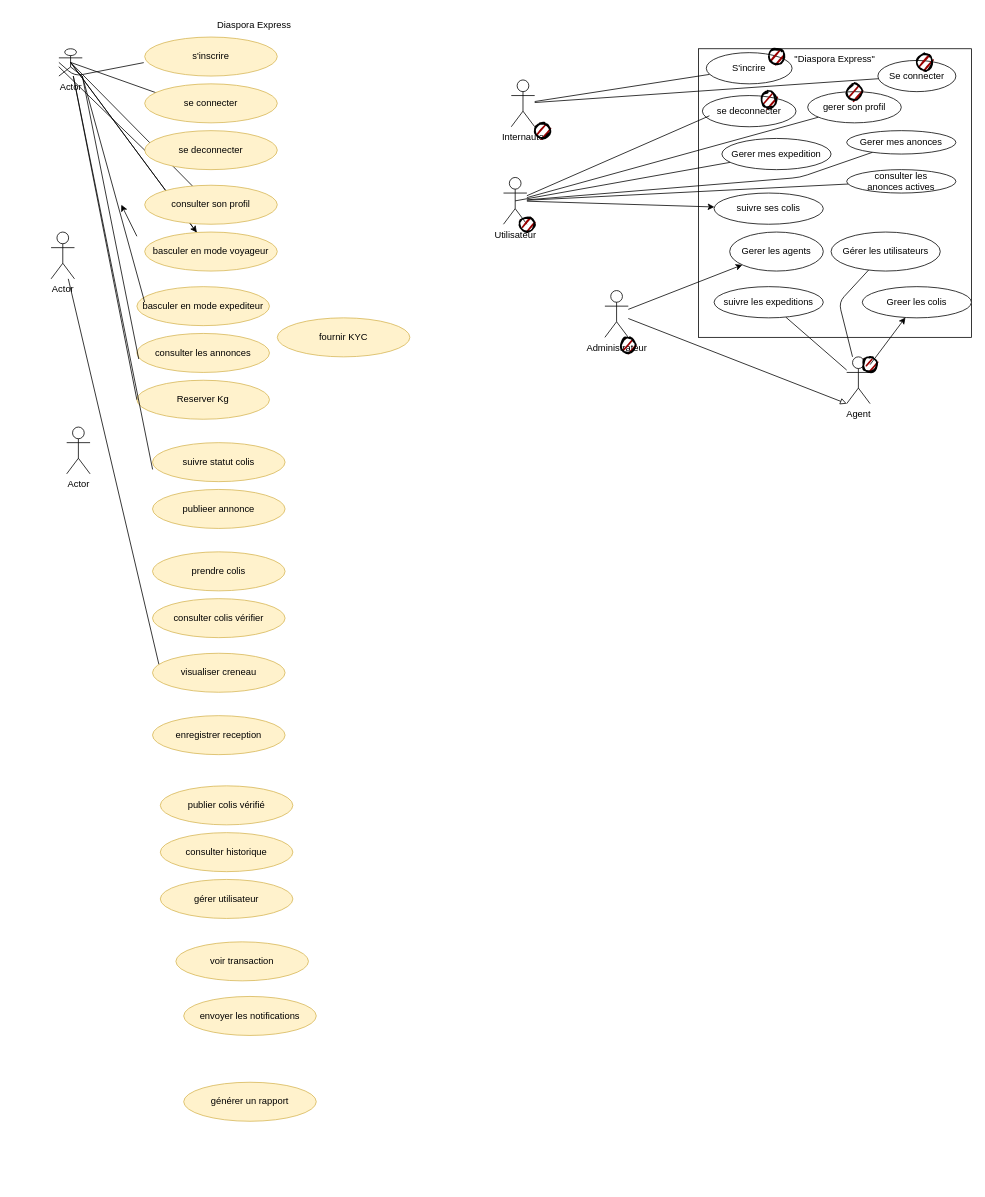
Above: docs/Diagramme de cas utilisation.drawio in McChanel/Diaspora-Express (draw.io), before the change. Source tidied: cells renumbered, new cells numbered last; positions are measured from the earlier drawing's top-left corner, leaving out a move shared by most shapes. Both pictures are drawn from the tidied source at 78%, with x=0, y=0 at pixel (51, 13).
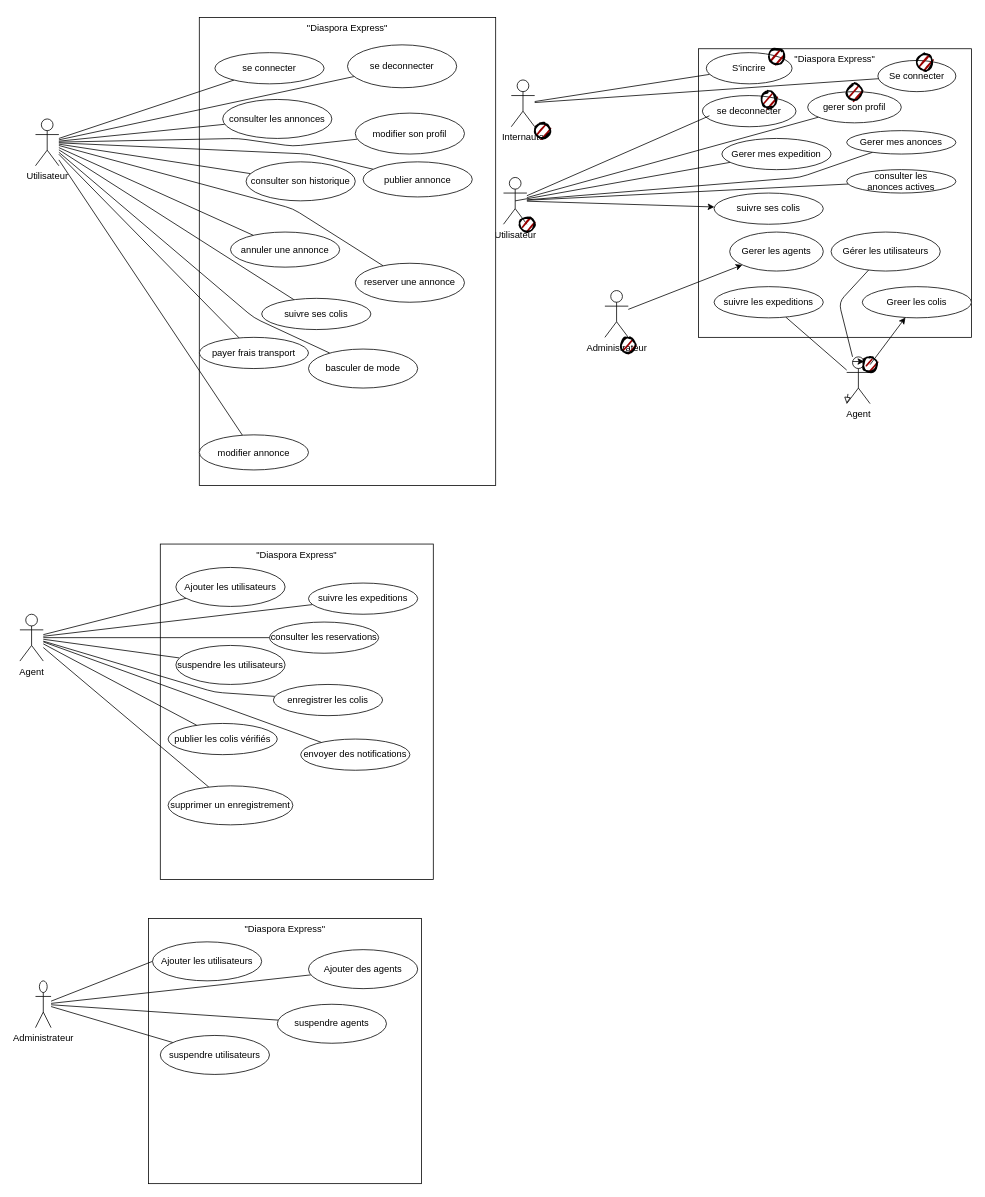
Above is the later version.

Commit message:
ajout des cas utilisation de chaque acteur

The change refers to these unchanged cells:
```xml
<mxCell id="48" value="Agent" style="shape=umlActor;verticalLabelPosition=bottom;verticalAlign=top;html=1;" parent="1" vertex="1">
  <mxGeometry x="1020" y="440" width="30" height="60" as="geometry" />
</mxCell>
<mxCell id="49" value="Administrateur" style="shape=umlActor;verticalLabelPosition=bottom;verticalAlign=top;html=1;" parent="1" vertex="1">
  <mxGeometry x="710" y="355" width="30" height="60" as="geometry" />
</mxCell>
```

The edit, as a diff of the source:
```diff
@@
-    <mxCell id="2" style="edgeStyle=none;html=1;exitX=0.5;exitY=0.5;exitDx=0;exitDy=0;exitPerimeter=0;endArrow=none;endFill=0;entryX=0.096;entryY=0.24;entryDx=0;entryDy=0;entryPerimeter=0;" parent="1" edge="1" source="36" target="9">
-      <mxGeometry relative="1" as="geometry" />
-    </mxCell>
-    <mxCell id="3" style="edgeStyle=none;html=1;exitX=0.5;exitY=0.5;exitDx=0;exitDy=0;exitPerimeter=0;endArrow=none;endFill=0;" parent="1" edge="1" source="36" target="11">
-      <mxGeometry relative="1" as="geometry" />
-    </mxCell>
-    <mxCell id="4" style="edgeStyle=none;html=1;exitX=0.5;exitY=0.5;exitDx=0;exitDy=0;exitPerimeter=0;" parent="1" edge="1" source="36" target="13">
-      <mxGeometry relative="1" as="geometry" />
-    </mxCell>
-    <mxCell id="5" style="edgeStyle=none;html=1;exitX=0.5;exitY=0.5;exitDx=0;exitDy=0;exitPerimeter=0;endArrow=none;endFill=0;" parent="1" edge="1" source="36" target="13">
-      <mxGeometry relative="1" as="geometry" />
-    </mxCell>
-    <mxCell id="6" style="edgeStyle=none;html=1;" parent="1" edge="1">
-      <mxGeometry relative="1" as="geometry">
-        <mxPoint x="110" y="285.4" as="sourcePoint" />
-        <mxPoint x="90" y="245" as="targetPoint" />
-      </mxGeometry>
-    </mxCell>
-    <mxCell id="7" value="Diaspora Express" style="text;html=1;align=center;verticalAlign=middle;strokeColor=none;fillColor=none;" parent="1" vertex="1">
-      <mxGeometry x="200" width="120" height="30" as="geometry" />
-    </mxCell>
-    <mxCell id="8" value="s'inscrire" style="ellipse;whiteSpace=wrap;html=1;fillColor=#fff2cc;strokeColor=#d6b656;" parent="1" vertex="1">
-      <mxGeometry x="120" y="30" width="170" height="50" as="geometry" />
-    </mxCell>
-    <mxCell id="9" value="se connecter" style="ellipse;whiteSpace=wrap;html=1;fillColor=#fff2cc;strokeColor=#d6b656;" parent="1" vertex="1">
-      <mxGeometry x="120" y="90" width="170" height="50" as="geometry" />
-    </mxCell>
-    <mxCell id="10" value="se deconnecter" style="ellipse;whiteSpace=wrap;html=1;fillColor=#fff2cc;strokeColor=#d6b656;" parent="1" vertex="1">
-      <mxGeometry x="120" y="150" width="170" height="50" as="geometry" />
-    </mxCell>
-    <mxCell id="11" value="consulter son profil" style="ellipse;whiteSpace=wrap;html=1;fillColor=#fff2cc;strokeColor=#d6b656;" parent="1" vertex="1">
-      <mxGeometry x="120" y="220" width="170" height="50" as="geometry" />
-    </mxCell>
-    <mxCell id="12" value="basculer en mode expediteur" style="ellipse;whiteSpace=wrap;html=1;fillColor=#fff2cc;strokeColor=#d6b656;" parent="1" vertex="1">
-      <mxGeometry x="110" y="350" width="170" height="50" as="geometry" />
-    </mxCell>
-    <mxCell id="13" value="basculer en mode voyageur" style="ellipse;whiteSpace=wrap;html=1;fillColor=#fff2cc;strokeColor=#d6b656;" parent="1" vertex="1">
-      <mxGeometry x="120" y="280" width="170" height="50" as="geometry" />
-    </mxCell>
-    <mxCell id="14" value="consulter les annonces" style="ellipse;whiteSpace=wrap;html=1;fillColor=#fff2cc;strokeColor=#d6b656;" parent="1" vertex="1">
-      <mxGeometry x="110" y="410" width="170" height="50" as="geometry" />
-    </mxCell>
-    <mxCell id="15" value="Reserver Kg" style="ellipse;whiteSpace=wrap;html=1;fillColor=#fff2cc;strokeColor=#d6b656;" parent="1" vertex="1">
-      <mxGeometry x="110" y="470" width="170" height="50" as="geometry" />
-    </mxCell>
-    <mxCell id="16" value="consulter colis vérifier" style="ellipse;whiteSpace=wrap;html=1;fillColor=#fff2cc;strokeColor=#d6b656;" parent="1" vertex="1">
-      <mxGeometry x="130" y="750" width="170" height="50" as="geometry" />
-    </mxCell>
-    <mxCell id="17" value="prendre colis" style="ellipse;whiteSpace=wrap;html=1;fillColor=#fff2cc;strokeColor=#d6b656;" parent="1" vertex="1">
-      <mxGeometry x="130" y="690" width="170" height="50" as="geometry" />
-    </mxCell>
-    <mxCell id="18" value="publieer annonce" style="ellipse;whiteSpace=wrap;html=1;fillColor=#fff2cc;strokeColor=#d6b656;" parent="1" vertex="1">
-      <mxGeometry x="130" y="610" width="170" height="50" as="geometry" />
-    </mxCell>
-    <mxCell id="19" value="suivre statut colis" style="ellipse;whiteSpace=wrap;html=1;fillColor=#fff2cc;strokeColor=#d6b656;" parent="1" vertex="1">
-      <mxGeometry x="130" y="550" width="170" height="50" as="geometry" />
-    </mxCell>
-    <mxCell id="20" value="enregistrer reception" style="ellipse;whiteSpace=wrap;html=1;fillColor=#fff2cc;strokeColor=#d6b656;" parent="1" vertex="1">
-      <mxGeometry x="130" y="900" width="170" height="50" as="geometry" />
-    </mxCell>
-    <mxCell id="21" value="visualiser creneau" style="ellipse;whiteSpace=wrap;html=1;fillColor=#fff2cc;strokeColor=#d6b656;" parent="1" vertex="1">
-      <mxGeometry x="130" y="820" width="170" height="50" as="geometry" />
-    </mxCell>
-    <mxCell id="22" value="gérer utilisateur" style="ellipse;whiteSpace=wrap;html=1;fillColor=#fff2cc;strokeColor=#d6b656;" parent="1" vertex="1">
-      <mxGeometry x="140" y="1110" width="170" height="50" as="geometry" />
-    </mxCell>
-    <mxCell id="23" value="consulter historique" style="ellipse;whiteSpace=wrap;html=1;fillColor=#fff2cc;strokeColor=#d6b656;" parent="1" vertex="1">
-      <mxGeometry x="140" y="1050" width="170" height="50" as="geometry" />
-    </mxCell>
-    <mxCell id="24" value="publier colis vérifié" style="ellipse;whiteSpace=wrap;html=1;fillColor=#fff2cc;strokeColor=#d6b656;" parent="1" vertex="1">
-      <mxGeometry x="140" y="990" width="170" height="50" as="geometry" />
-    </mxCell>
-    <mxCell id="25" value="générer un rapport" style="ellipse;whiteSpace=wrap;html=1;fillColor=#fff2cc;strokeColor=#d6b656;" parent="1" vertex="1">
-      <mxGeometry x="170" y="1370" width="170" height="50" as="geometry" />
-    </mxCell>
-    <mxCell id="26" value="envoyer les notifications" style="ellipse;whiteSpace=wrap;html=1;fillColor=#fff2cc;strokeColor=#d6b656;" parent="1" vertex="1">
-      <mxGeometry x="170" y="1260" width="170" height="50" as="geometry" />
-    </mxCell>
-    <mxCell id="27" value="voir transaction" style="ellipse;whiteSpace=wrap;html=1;fillColor=#fff2cc;strokeColor=#d6b656;" parent="1" vertex="1">
-      <mxGeometry x="160" y="1190" width="170" height="50" as="geometry" />
-    </mxCell>
-    <mxCell id="28" value="fournir KYC" style="ellipse;whiteSpace=wrap;html=1;fillColor=#fff2cc;strokeColor=#d6b656;" parent="1" vertex="1">
-      <mxGeometry x="290" y="390" width="170" height="50" as="geometry" />
-    </mxCell>
-    <mxCell id="29" value="Actor" style="shape=umlActor;verticalLabelPosition=bottom;verticalAlign=top;html=1;" parent="1" vertex="1">
-      <mxGeometry y="280" width="30" height="60" as="geometry" />
-    </mxCell>
-    <mxCell id="30" value="Actor" style="shape=umlActor;verticalLabelPosition=bottom;verticalAlign=top;html=1;" parent="1" vertex="1">
-      <mxGeometry x="20" y="530" width="30" height="60" as="geometry" />
-    </mxCell>
-    <mxCell id="31" style="edgeStyle=none;html=1;entryX=-0.007;entryY=0.656;entryDx=0;entryDy=0;entryPerimeter=0;exitX=0;exitY=0.5;exitDx=0;exitDy=0;endArrow=none;endFill=0;" parent="1" edge="1" source="36" target="8">
-      <mxGeometry relative="1" as="geometry">
-        <Array as="points">
-          <mxPoint x="30" y="80" />
-        </Array>
-      </mxGeometry>
-    </mxCell>
-    <mxCell id="32" style="edgeStyle=none;html=1;entryX=0.059;entryY=0.4;entryDx=0;entryDy=0;entryPerimeter=0;endArrow=none;endFill=0;" parent="1" edge="1" target="12">
-      <mxGeometry relative="1" as="geometry">
-        <mxPoint x="40" y="80" as="sourcePoint" />
-      </mxGeometry>
-    </mxCell>
-    <mxCell id="33" style="edgeStyle=none;html=1;entryX=0.014;entryY=0.656;entryDx=0;entryDy=0;entryPerimeter=0;endArrow=none;endFill=0;" parent="1" edge="1" target="14">
-      <mxGeometry relative="1" as="geometry">
-        <mxPoint x="40" y="80" as="sourcePoint" />
-      </mxGeometry>
-    </mxCell>
-    <mxCell id="34" style="edgeStyle=none;html=1;entryX=-0.007;entryY=0.656;entryDx=0;entryDy=0;entryPerimeter=0;exitX=0;exitY=0.5;exitDx=0;exitDy=0;endArrow=none;endFill=0;" parent="1" edge="1" source="10" target="36">
-      <mxGeometry relative="1" as="geometry" />
-    </mxCell>
-    <mxCell id="35" style="edgeStyle=none;html=1;entryX=0;entryY=0.5;entryDx=0;entryDy=0;endArrow=none;endFill=0;" parent="1" edge="1" source="36" target="15">
-      <mxGeometry relative="1" as="geometry" />
-    </mxCell>
-    <mxCell id="36" value="Actor" style="shape=umlActor;verticalLabelPosition=bottom;verticalAlign=top;html=1;" parent="1" vertex="1">
-      <mxGeometry x="10" y="45" width="30" height="35" as="geometry" />
-    </mxCell>
-    <mxCell id="37" style="edgeStyle=none;html=1;entryX=0.048;entryY=0.28;entryDx=0;entryDy=0;entryPerimeter=0;endArrow=none;endFill=0;" parent="1" edge="1" source="29" target="21">
-      <mxGeometry relative="1" as="geometry" />
-    </mxCell>
-    <mxCell id="38" style="edgeStyle=none;html=1;entryX=0.001;entryY=0.688;entryDx=0;entryDy=0;entryPerimeter=0;endArrow=none;endFill=0;" parent="1" edge="1" source="36" target="19">
-      <mxGeometry relative="1" as="geometry" />
-    </mxCell>
@@
-    <mxCell id="65" style="edgeStyle=none;html=1;entryX=0;entryY=1;entryDx=0;entryDy=0;entryPerimeter=0;endArrow=block;endFill=0;startArrow=none;startFill=0;" parent="1" edge="1" source="49" target="48">
-      <mxGeometry relative="1" as="geometry" />
+    <mxCell id="65" style="edgeStyle=none;html=1;entryX=0;entryY=1;entryDx=0;entryDy=0;entryPerimeter=0;endArrow=block;endFill=0;startArrow=none;startFill=0;" parent="1" edge="1" target="48">
+      <mxGeometry relative="1" as="geometry">
+        <mxPoint x="1021.6" y="487.5" as="sourcePoint" />
+      </mxGeometry>
     </mxCell>
@@
+    <mxCell id="77" value="&quot;Diaspora Express&quot;" style="html=1;whiteSpace=wrap;verticalAlign=top;" parent="1" vertex="1">
+      <mxGeometry x="190" y="5" width="380" height="600" as="geometry" />
+    </mxCell>
+    <mxCell id="78" style="edgeStyle=none;html=1;endArrow=none;endFill=0;" parent="1" edge="1" source="90" target="9">
+      <mxGeometry relative="1" as="geometry" />
+    </mxCell>
+    <mxCell id="79" style="edgeStyle=none;html=1;endArrow=none;endFill=0;" parent="1" edge="1" source="90" target="14">
+      <mxGeometry relative="1" as="geometry" />
+    </mxCell>
+    <mxCell id="80" style="edgeStyle=none;html=1;endArrow=none;endFill=0;" parent="1" edge="1" source="90" target="10">
+      <mxGeometry relative="1" as="geometry" />
+    </mxCell>
+    <mxCell id="81" style="edgeStyle=none;html=1;endArrow=none;endFill=0;" parent="1" edge="1" source="90" target="91">
+      <mxGeometry relative="1" as="geometry">
+        <Array as="points">
+          <mxPoint x="240" y="160" />
+          <mxPoint x="310" y="170" />
+        </Array>
+      </mxGeometry>
+    </mxCell>
+    <mxCell id="82" style="edgeStyle=none;html=1;endArrow=none;endFill=0;" parent="1" edge="1" source="90" target="92">
+      <mxGeometry relative="1" as="geometry" />
+    </mxCell>
+    <mxCell id="83" style="edgeStyle=none;html=1;endArrow=none;endFill=0;" parent="1" edge="1" source="90" target="94">
+      <mxGeometry relative="1" as="geometry" />
+    </mxCell>
+    <mxCell id="84" style="edgeStyle=none;html=1;endArrow=none;endFill=0;" parent="1" edge="1" source="90" target="96">
+      <mxGeometry relative="1" as="geometry" />
+    </mxCell>
+    <mxCell id="85" style="edgeStyle=none;html=1;endArrow=none;endFill=0;" parent="1" edge="1" source="90" target="95">
+      <mxGeometry relative="1" as="geometry">
+        <Array as="points">
+          <mxPoint x="310" y="250" />
+        </Array>
+      </mxGeometry>
+    </mxCell>
+    <mxCell id="86" style="edgeStyle=none;html=1;endArrow=none;endFill=0;" parent="1" edge="1" source="90" target="93">
+      <mxGeometry relative="1" as="geometry">
+        <Array as="points">
+          <mxPoint x="330" y="180" />
+        </Array>
+      </mxGeometry>
+    </mxCell>
+    <mxCell id="87" style="edgeStyle=none;html=1;endArrow=none;endFill=0;" parent="1" edge="1" source="90" target="97">
+      <mxGeometry relative="1" as="geometry" />
+    </mxCell>
+    <mxCell id="88" style="edgeStyle=none;html=1;endArrow=none;endFill=0;" parent="1" edge="1" source="90" target="98">
+      <mxGeometry relative="1" as="geometry">
+        <Array as="points">
+          <mxPoint x="260" y="390" />
+        </Array>
+      </mxGeometry>
+    </mxCell>
+    <mxCell id="89" style="edgeStyle=none;html=1;endArrow=none;endFill=0;" parent="1" edge="1" source="90" target="99">
+      <mxGeometry relative="1" as="geometry" />
+    </mxCell>
+    <mxCell id="90" value="Utilisateur" style="shape=umlActor;verticalLabelPosition=bottom;verticalAlign=top;html=1;" parent="1" vertex="1">
+      <mxGeometry x="-20" y="135" width="30" height="60" as="geometry" />
+    </mxCell>
+    <mxCell id="14" value="consulter les annonces" style="ellipse;whiteSpace=wrap;html=1;" parent="1" vertex="1">
+      <mxGeometry x="220" y="110" width="140" height="50" as="geometry" />
+    </mxCell>
+    <mxCell id="91" value="modifier son profil" style="ellipse;whiteSpace=wrap;html=1;" parent="1" vertex="1">
+      <mxGeometry x="390" y="127.5" width="140" height="52.5" as="geometry" />
+    </mxCell>
+    <mxCell id="92" value="consulter son historique" style="ellipse;whiteSpace=wrap;html=1;" parent="1" vertex="1">
+      <mxGeometry x="250" y="190" width="140" height="50" as="geometry" />
+    </mxCell>
+    <mxCell id="93" value="publier annonce" style="ellipse;whiteSpace=wrap;html=1;" parent="1" vertex="1">
+      <mxGeometry x="400" y="190" width="140" height="45" as="geometry" />
+    </mxCell>
+    <mxCell id="94" value="annuler une annonce" style="ellipse;whiteSpace=wrap;html=1;" parent="1" vertex="1">
+      <mxGeometry x="230" y="280" width="140" height="45" as="geometry" />
+    </mxCell>
+    <mxCell id="95" value="reserver une annonce" style="ellipse;whiteSpace=wrap;html=1;" parent="1" vertex="1">
+      <mxGeometry x="390" y="320" width="140" height="50" as="geometry" />
+    </mxCell>
+    <mxCell id="9" value="se connecter" style="ellipse;whiteSpace=wrap;html=1;" parent="1" vertex="1">
+      <mxGeometry x="210" y="50" width="140" height="40" as="geometry" />
+    </mxCell>
+    <mxCell id="10" value="se deconnecter" style="ellipse;whiteSpace=wrap;html=1;" parent="1" vertex="1">
+      <mxGeometry x="380" y="40" width="140" height="55" as="geometry" />
+    </mxCell>
+    <mxCell id="96" value="suivre ses colis" style="ellipse;whiteSpace=wrap;html=1;" parent="1" vertex="1">
+      <mxGeometry x="270" y="365" width="140" height="40" as="geometry" />
+    </mxCell>
+    <mxCell id="97" value="modifier annonce" style="ellipse;whiteSpace=wrap;html=1;" parent="1" vertex="1">
+      <mxGeometry x="190" y="540" width="140" height="45" as="geometry" />
+    </mxCell>
+    <mxCell id="98" value="basculer de mode" style="ellipse;whiteSpace=wrap;html=1;" parent="1" vertex="1">
+      <mxGeometry x="330" y="430" width="140" height="50" as="geometry" />
+    </mxCell>
+    <mxCell id="99" value="payer frais transport" style="ellipse;whiteSpace=wrap;html=1;" parent="1" vertex="1">
+      <mxGeometry x="190" y="415" width="140" height="40" as="geometry" />
+    </mxCell>
+    <mxCell id="100" value="&quot;Diaspora Express&quot;" style="html=1;whiteSpace=wrap;verticalAlign=top;" parent="1" vertex="1">
+      <mxGeometry x="140" y="680" width="350" height="430" as="geometry" />
+    </mxCell>
+    <mxCell id="101" style="edgeStyle=none;html=1;exitX=0.25;exitY=0.1;exitDx=0;exitDy=0;exitPerimeter=0;entryX=0.75;entryY=0.1;entryDx=0;entryDy=0;entryPerimeter=0;" parent="1" edge="1" source="48" target="48">
+      <mxGeometry relative="1" as="geometry" />
+    </mxCell>
+    <mxCell id="102" style="edgeStyle=none;html=1;endArrow=none;endFill=0;" parent="1" edge="1" source="110" target="112">
+      <mxGeometry relative="1" as="geometry" />
+    </mxCell>
+    <mxCell id="103" style="edgeStyle=none;html=1;endArrow=none;endFill=0;" parent="1" edge="1" source="110" target="111">
+      <mxGeometry relative="1" as="geometry" />
+    </mxCell>
+    <mxCell id="104" style="edgeStyle=none;html=1;endArrow=none;endFill=0;" parent="1" edge="1" source="110" target="117">
+      <mxGeometry relative="1" as="geometry" />
+    </mxCell>
+    <mxCell id="105" style="edgeStyle=none;html=1;endArrow=none;endFill=0;" parent="1" edge="1" source="110" target="114">
+      <mxGeometry relative="1" as="geometry" />
+    </mxCell>
+    <mxCell id="106" style="edgeStyle=none;html=1;endArrow=none;endFill=0;" parent="1" edge="1" source="110" target="113">
+      <mxGeometry relative="1" as="geometry">
+        <Array as="points">
+          <mxPoint x="210" y="870" />
+        </Array>
+      </mxGeometry>
+    </mxCell>
+    <mxCell id="107" style="edgeStyle=none;html=1;endArrow=none;endFill=0;" parent="1" edge="1" source="110" target="118">
+      <mxGeometry relative="1" as="geometry" />
+    </mxCell>
+    <mxCell id="108" style="edgeStyle=none;html=1;endArrow=none;endFill=0;" parent="1" edge="1" source="110" target="116">
+      <mxGeometry relative="1" as="geometry" />
+    </mxCell>
+    <mxCell id="109" style="edgeStyle=none;html=1;endArrow=none;endFill=0;" parent="1" edge="1" source="110" target="115">
+      <mxGeometry relative="1" as="geometry" />
+    </mxCell>
+    <mxCell id="110" value="Agent" style="shape=umlActor;verticalLabelPosition=bottom;verticalAlign=top;html=1;" parent="1" vertex="1">
+      <mxGeometry x="-40" y="770" width="30" height="60" as="geometry" />
+    </mxCell>
+    <mxCell id="111" value="suivre les expeditions" style="ellipse;whiteSpace=wrap;html=1;" parent="1" vertex="1">
+      <mxGeometry x="330" y="730" width="140" height="40" as="geometry" />
+    </mxCell>
+    <mxCell id="112" value="Ajouter les utilisateurs" style="ellipse;whiteSpace=wrap;html=1;" parent="1" vertex="1">
+      <mxGeometry x="160" y="710" width="140" height="50" as="geometry" />
+    </mxCell>
+    <mxCell id="113" value="enregistrer les colis" style="ellipse;whiteSpace=wrap;html=1;" parent="1" vertex="1">
+      <mxGeometry x="285" y="860" width="140" height="40" as="geometry" />
+    </mxCell>
+    <mxCell id="114" value="suspendre les utilisateurs" style="ellipse;whiteSpace=wrap;html=1;" parent="1" vertex="1">
+      <mxGeometry x="160" y="810" width="140" height="50" as="geometry" />
+    </mxCell>
+    <mxCell id="115" value="supprimer un enregistrement" style="ellipse;whiteSpace=wrap;html=1;" parent="1" vertex="1">
+      <mxGeometry x="150" y="990" width="160" height="50" as="geometry" />
+    </mxCell>
+    <mxCell id="116" value="publier les colis vérifiés" style="ellipse;whiteSpace=wrap;html=1;" parent="1" vertex="1">
+      <mxGeometry x="150" y="910" width="140" height="40" as="geometry" />
+    </mxCell>
+    <mxCell id="117" value="consulter les reservations" style="ellipse;whiteSpace=wrap;html=1;" parent="1" vertex="1">
+      <mxGeometry x="280" y="780" width="140" height="40" as="geometry" />
+    </mxCell>
+    <mxCell id="118" value="envoyer des notifications" style="ellipse;whiteSpace=wrap;html=1;" parent="1" vertex="1">
+      <mxGeometry x="320" y="930" width="140" height="40" as="geometry" />
+    </mxCell>
+    <mxCell id="119" value="&quot;Diaspora Express&quot;" style="html=1;whiteSpace=wrap;verticalAlign=top;" parent="1" vertex="1">
+      <mxGeometry x="125" y="1160" width="350" height="340" as="geometry" />
+    </mxCell>
+    <mxCell id="120" style="edgeStyle=none;html=1;entryX=0;entryY=0.5;entryDx=0;entryDy=0;endArrow=none;endFill=0;" parent="1" edge="1" source="124" target="125">
+      <mxGeometry relative="1" as="geometry" />
+    </mxCell>
+    <mxCell id="121" style="edgeStyle=none;html=1;endArrow=none;endFill=0;" parent="1" edge="1" source="124" target="127">
+      <mxGeometry relative="1" as="geometry" />
+    </mxCell>
+    <mxCell id="122" style="edgeStyle=none;html=1;endArrow=none;endFill=0;" parent="1" edge="1" source="124" target="126">
+      <mxGeometry relative="1" as="geometry" />
+    </mxCell>
+    <mxCell id="123" style="edgeStyle=none;html=1;endArrow=none;endFill=0;" parent="1" edge="1" source="124" target="128">
+      <mxGeometry relative="1" as="geometry" />
+    </mxCell>
+    <mxCell id="124" value="Administrateur" style="shape=umlActor;verticalLabelPosition=bottom;verticalAlign=top;html=1;" parent="1" vertex="1">
+      <mxGeometry x="-20" y="1240" width="20" height="60" as="geometry" />
+    </mxCell>
+    <mxCell id="125" value="Ajouter les utilisateurs" style="ellipse;whiteSpace=wrap;html=1;" parent="1" vertex="1">
+      <mxGeometry x="130" y="1190" width="140" height="50" as="geometry" />
+    </mxCell>
+    <mxCell id="126" value="suspendre utilisateurs" style="ellipse;whiteSpace=wrap;html=1;" parent="1" vertex="1">
+      <mxGeometry x="140" y="1310" width="140" height="50" as="geometry" />
+    </mxCell>
+    <mxCell id="127" value="Ajouter des agents" style="ellipse;whiteSpace=wrap;html=1;" parent="1" vertex="1">
+      <mxGeometry x="330" y="1200" width="140" height="50" as="geometry" />
+    </mxCell>
+    <mxCell id="128" value="suspendre agents" style="ellipse;whiteSpace=wrap;html=1;" parent="1" vertex="1">
+      <mxGeometry x="290" y="1270" width="140" height="50" as="geometry" />
+    </mxCell>
```
